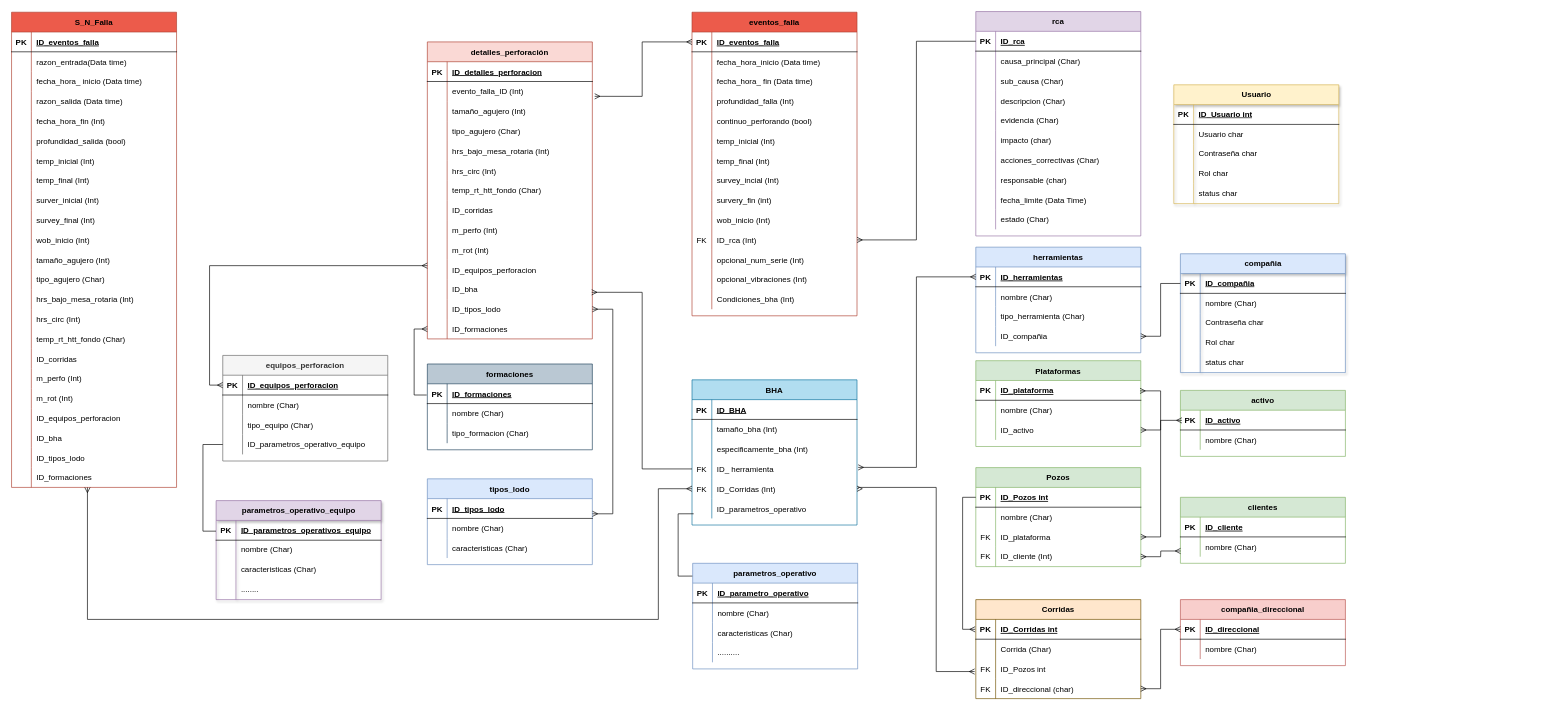
Above: CofHerramientas.drawio in h8050/HP (draw.io), before the change. Source tidied: cells renumbered, new cells numbered last; positions are measured from the earlier drawing's top-left corner, leaving out a move shared by most shapes. Both pictures are drawn from the tidied source at 66%, with x=0, y=0 at pixel (11, 11).
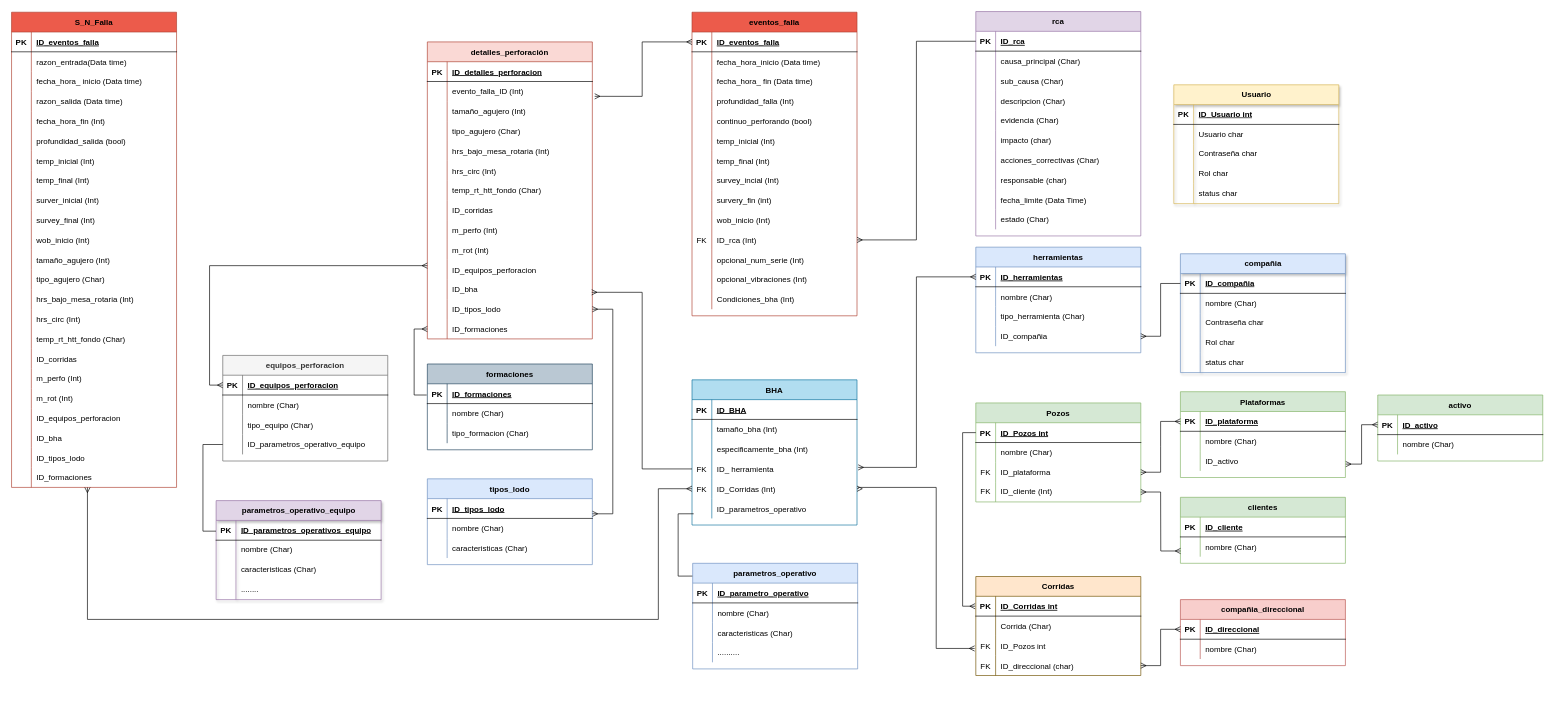
The same diagram, later.

Unchanged cells that the change refers to:
```xml
<mxCell id="173" style="shape=partialRectangle;fillColor=none;points=[[0,0.5],[1,0.5]];portConstraint=eastwest;top=0;left=0;right=0;bottom=1;" parent="172" vertex="1">
  <mxGeometry y="30" width="250" height="30" as="geometry" />
</mxCell>
<mxCell id="179" style="shape=partialRectangle;fillColor=none;points=[[0,0.5],[1,0.5]];portConstraint=eastwest;top=0;left=0;right=0;bottom=0;" parent="172" vertex="1">
  <mxGeometry y="90" width="250" height="30" as="geometry" />
</mxCell>
<mxCell id="195" style="shape=partialRectangle;fillColor=none;points=[[0,0.5],[1,0.5]];portConstraint=eastwest;top=0;left=0;right=0;bottom=0;" parent="182" vertex="1">
  <mxGeometry y="150" width="250" height="30" as="geometry" />
</mxCell>
<mxCell id="224" style="shape=tableRow;horizontal=0;startSize=0;swimlaneHead=0;swimlaneBody=0;fillColor=none;points=[[0,0.5],[1,0.5]];portConstraint=eastwest;top=0;left=0;right=0;bottom=0;" parent="217" vertex="1">
  <mxGeometry y="90" width="250" height="30" as="geometry" />
</mxCell>
<mxCell id="239" style="shape=tableRow;horizontal=0;startSize=0;swimlaneHead=0;swimlaneBody=0;fillColor=none;points=[[0,0.5],[1,0.5]];portConstraint=eastwest;top=0;left=0;right=0;bottom=0;" parent="232" vertex="1">
  <mxGeometry y="90" width="250" height="30" as="geometry" />
</mxCell>
<mxCell id="379" style="shape=partialRectangle;fillColor=none;points=[[0,0.5],[1,0.5]];portConstraint=eastwest;top=0;left=0;right=0;bottom=1;" parent="378" vertex="1">
  <mxGeometry y="30" width="250" height="30" as="geometry" />
</mxCell>
```

The edit, as a diff of the source:
```diff
@@
     <mxCell id="172" value="Plataformas" style="shape=table;startSize=30;childLayout=tableLayout;rowLines=0;fontStyle=1;align=center;fillColor=#d5e8d4;strokeColor=#82b366;" parent="1" vertex="1">
-      <mxGeometry x="1461" y="529" width="250" height="130" as="geometry" />
+      <mxGeometry x="1771" y="576" width="250" height="130" as="geometry" />
     </mxCell>
@@
     <mxCell id="217" value="Pozos" style="shape=table;startSize=30;childLayout=tableLayout;rowLines=0;fontStyle=1;align=center;fillColor=#d5e8d4;strokeColor=#82b366;" parent="1" vertex="1">
-      <mxGeometry x="1461" y="691" width="250" height="150" as="geometry" />
+      <mxGeometry x="1461" y="593" width="250" height="150" as="geometry" />
     </mxCell>
@@
-    <mxCell id="231" style="edgeStyle=entityRelationEdgeStyle;fontSize=12;html=1;endArrow=ERmany;startArrow=ERmany;rounded=0;entryX=0.995;entryY=0.524;entryDx=0;entryDy=0;entryPerimeter=0;" parent="1" edge="1" source="224" target="173">
+    <mxCell id="231" style="edgeStyle=entityRelationEdgeStyle;fontSize=12;html=1;endArrow=ERmany;startArrow=ERmany;rounded=0;" parent="1" edge="1" source="224" target="173">
       <mxGeometry relative="1" as="geometry" />
     </mxCell>
     <mxCell id="232" value="Corridas" style="shape=table;startSize=30;childLayout=tableLayout;rowLines=0;fontStyle=1;align=center;fillColor=#ffe6cc;strokeColor=#705100;" parent="1" vertex="1">
-      <mxGeometry x="1461" y="891" width="250" height="150" as="geometry" />
+      <mxGeometry x="1461" y="856" width="250" height="150" as="geometry" />
     </mxCell>
@@
     <mxCell id="251" style="edgeStyle=orthogonalEdgeStyle;rounded=0;jettySize=auto;html=1;startArrow=ERmany;startFill=0;endArrow=ERmany;endFill=0;exitX=-0.007;exitY=0.633;exitDx=0;exitDy=0;exitPerimeter=0;" parent="1" edge="1" source="239" target="195">
       <mxGeometry relative="1" as="geometry">
         <Array as="points">
-          <mxPoint x="1401" y="1000" />
+          <mxPoint x="1401" y="965" />
           <mxPoint x="1401" y="721" />
           <mxPoint x="1283" y="721" />
           <mxPoint x="1283" y="723" />
         </Array>
       </mxGeometry>
     </mxCell>
@@
     <mxCell id="378" value="activo" style="shape=table;startSize=30;childLayout=tableLayout;rowLines=0;fontStyle=1;align=center;fillColor=#d5e8d4;strokeColor=#82b366;" parent="1" vertex="1">
-      <mxGeometry x="1771" y="574" width="250" height="100" as="geometry" />
+      <mxGeometry x="2070" y="581" width="250" height="100" as="geometry" />
     </mxCell>
@@
-    <mxCell id="385" style="edgeStyle=orthogonalEdgeStyle;rounded=0;jettySize=auto;html=1;entryX=0.009;entryY=0.513;entryDx=0;entryDy=0;entryPerimeter=0;startArrow=ERmany;startFill=0;endArrow=ERmany;endFill=0;" parent="1" edge="1" source="179" target="379">
-      <mxGeometry relative="1" as="geometry" />
-    </mxCell>
+    <mxCell id="386" style="edgeStyle=orthogonalEdgeStyle;rounded=0;jettySize=auto;html=1;entryX=1.002;entryY=0.656;entryDx=0;entryDy=0;entryPerimeter=0;startArrow=ERmany;startFill=0;endArrow=ERmany;endFill=0;" parent="1" edge="1" source="379" target="179">
+      <mxGeometry relative="1" as="geometry" />
+    </mxCell>
```
